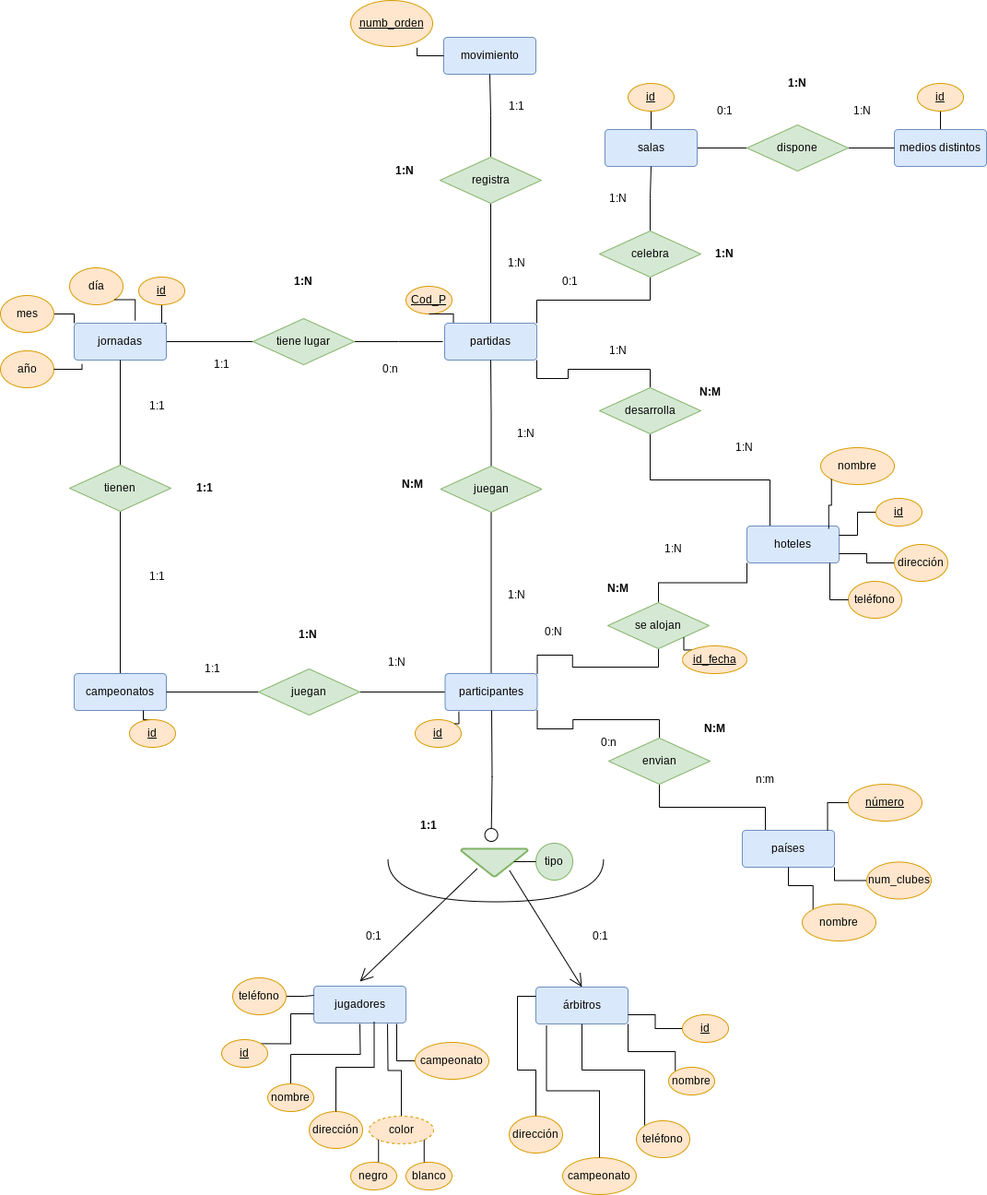
The draw.io diagram Unidad-1/Tareas./Tarea-9 (diagramas)/Club de ajedrez.drawio.png in mdiogc/base-datos, before a commit. Source tidied: cells renumbered, new cells last; positions are measured from the earlier drawing's top-left corner, leaving out a move shared by most shapes.
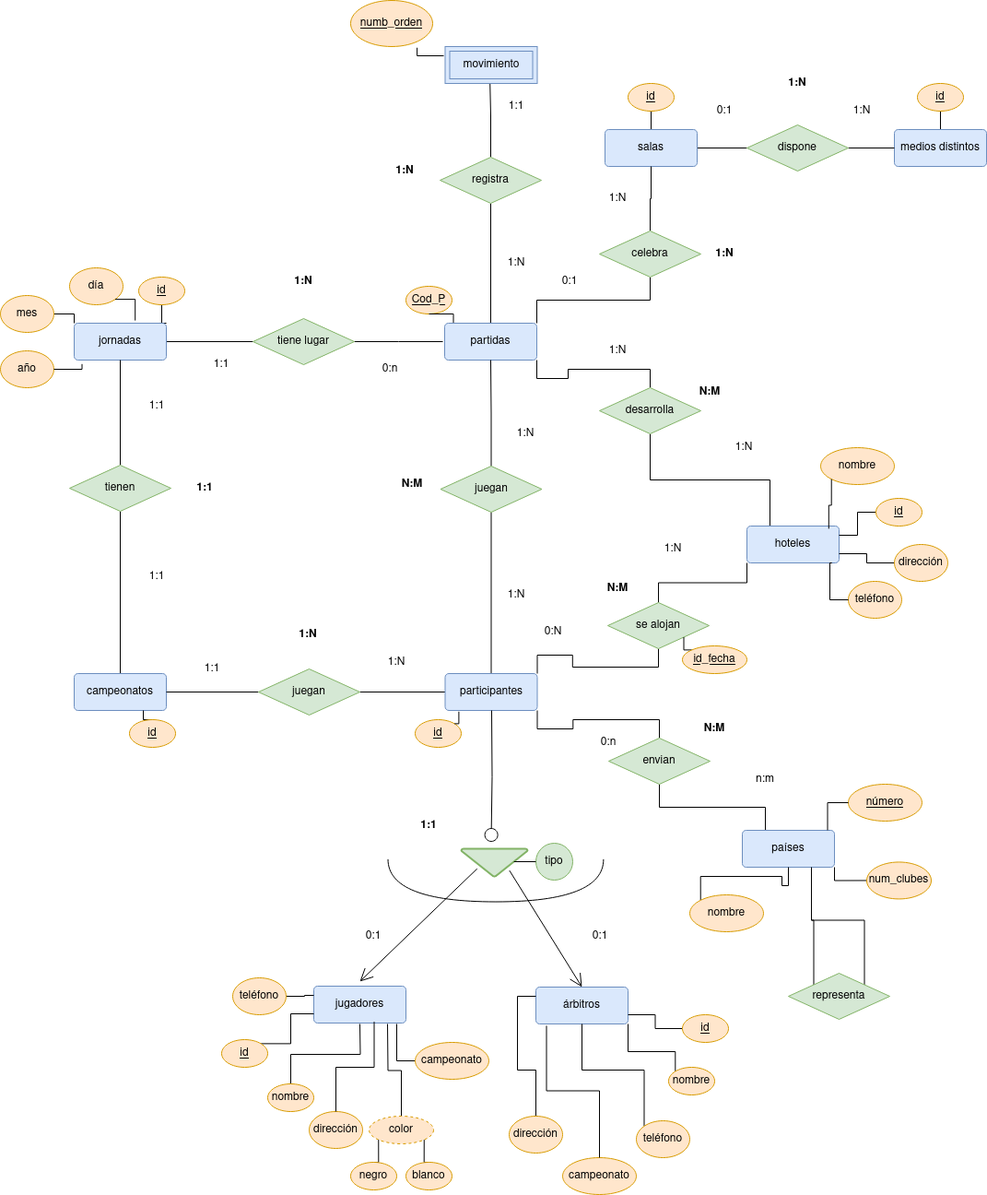
Above is the later version.

What changed in the source:
```diff
@@ -5,6 +5,9 @@
     <mxCell id="2" style="edgeStyle=orthogonalEdgeStyle;rounded=0;jettySize=auto;html=1;exitX=0.25;exitY=0;exitDx=0;exitDy=0;entryX=0.5;entryY=1;entryDx=0;entryDy=0;endArrow=none;endFill=0;" parent="1" edge="1" source="3" target="5">
       <mxGeometry relative="1" as="geometry" />
     </mxCell>
+    <mxCell id="145" style="edgeStyle=orthogonalEdgeStyle;rounded=0;jettySize=auto;html=1;exitX=0.75;exitY=1;exitDx=0;exitDy=0;entryX=1;entryY=0;entryDx=0;entryDy=0;endArrow=none;endFill=0;" parent="1" edge="1" source="3" target="147">
+      <mxGeometry relative="1" as="geometry" />
+    </mxCell>
     <mxCell id="3" value="países" style="rounded=1;arcSize=10;whiteSpace=wrap;html=1;align=center;fillColor=#dae8fc;strokeColor=#6c8ebf;" parent="1" vertex="1">
       <mxGeometry x="805" y="900" width="100" height="40" as="geometry" />
     </mxCell>
@@ -74,9 +77,6 @@
     <mxCell id="25" value="salas" style="rounded=1;arcSize=10;whiteSpace=wrap;html=1;align=center;fillColor=#dae8fc;strokeColor=#6c8ebf;" parent="1" vertex="1">
       <mxGeometry x="656" y="140" width="100" height="40" as="geometry" />
     </mxCell>
-    <mxCell id="26" value="movimiento" style="rounded=1;arcSize=10;whiteSpace=wrap;html=1;align=center;fillColor=#dae8fc;strokeColor=#6c8ebf;" parent="1" vertex="1">
-      <mxGeometry x="481" y="40" width="100" height="40" as="geometry" />
-    </mxCell>
     <mxCell id="27" style="edgeStyle=orthogonalEdgeStyle;rounded=0;jettySize=auto;html=1;exitX=1;exitY=0;exitDx=0;exitDy=0;entryX=0.5;entryY=1;entryDx=0;entryDy=0;endArrow=none;endFill=0;" parent="1" edge="1" source="29" target="90">
       <mxGeometry relative="1" as="geometry" />
     </mxCell>
@@ -121,8 +121,10 @@
     <mxCell id="40" value="celebra" style="shape=rhombus;perimeter=rhombusPerimeter;whiteSpace=wrap;html=1;align=center;fillColor=#d5e8d4;strokeColor=#82b366;" parent="1" vertex="1">
       <mxGeometry x="650" y="250" width="110" height="50" as="geometry" />
     </mxCell>
-    <mxCell id="41" style="edgeStyle=orthogonalEdgeStyle;rounded=0;jettySize=auto;html=1;exitX=0.5;exitY=0;exitDx=0;exitDy=0;entryX=0.5;entryY=1;entryDx=0;entryDy=0;endArrow=none;endFill=0;" parent="1" edge="1" source="42" target="26">
-      <mxGeometry relative="1" as="geometry" />
+    <mxCell id="41" style="edgeStyle=orthogonalEdgeStyle;rounded=0;jettySize=auto;html=1;exitX=0.5;exitY=0;exitDx=0;exitDy=0;entryX=0.5;entryY=1;entryDx=0;entryDy=0;endArrow=none;endFill=0;" parent="1" edge="1" source="42">
+      <mxGeometry relative="1" as="geometry">
+        <mxPoint x="531" y="80" as="targetPoint" />
+      </mxGeometry>
     </mxCell>
     <mxCell id="42" value="registra" style="shape=rhombus;perimeter=rhombusPerimeter;whiteSpace=wrap;html=1;align=center;fillColor=#d5e8d4;strokeColor=#82b366;" parent="1" vertex="1">
       <mxGeometry x="477" y="170" width="110" height="50" as="geometry" />
@@ -222,7 +224,7 @@
       <mxGeometry relative="1" as="geometry" />
     </mxCell>
     <mxCell id="68" value="nombre" style="ellipse;whiteSpace=wrap;html=1;align=center;fillColor=#ffe6cc;strokeColor=#d79b00;" parent="1" vertex="1">
-      <mxGeometry x="870" y="980" width="80" height="40" as="geometry" />
+      <mxGeometry x="748" y="970" width="80" height="40" as="geometry" />
     </mxCell>
     <mxCell id="69" style="edgeStyle=orthogonalEdgeStyle;rounded=0;jettySize=auto;html=1;exitX=0;exitY=0.5;exitDx=0;exitDy=0;entryX=1;entryY=1;entryDx=0;entryDy=0;endArrow=none;endFill=0;" parent="1" edge="1" source="70" target="3">
       <mxGeometry relative="1" as="geometry" />
@@ -340,8 +342,10 @@
     <mxCell id="106" style="edgeStyle=orthogonalEdgeStyle;rounded=0;jettySize=auto;html=1;exitX=1;exitY=0.5;exitDx=0;exitDy=0;entryX=0.085;entryY=1.108;entryDx=0;entryDy=0;entryPerimeter=0;endArrow=none;endFill=0;" parent="1" edge="1" source="91" target="29">
       <mxGeometry relative="1" as="geometry" />
     </mxCell>
-    <mxCell id="107" style="edgeStyle=orthogonalEdgeStyle;rounded=0;jettySize=auto;html=1;exitX=0;exitY=0.5;exitDx=0;exitDy=0;entryX=0.81;entryY=1.025;entryDx=0;entryDy=0;entryPerimeter=0;endArrow=none;endFill=0;" parent="1" edge="1" source="26" target="96">
-      <mxGeometry relative="1" as="geometry" />
+    <mxCell id="107" style="edgeStyle=orthogonalEdgeStyle;rounded=0;jettySize=auto;html=1;exitX=0;exitY=0.5;exitDx=0;exitDy=0;entryX=0.81;entryY=1.025;entryDx=0;entryDy=0;entryPerimeter=0;endArrow=none;endFill=0;" parent="1" edge="1" target="96">
+      <mxGeometry relative="1" as="geometry">
+        <mxPoint x="481" y="60" as="sourcePoint" />
+      </mxGeometry>
     </mxCell>
     <mxCell id="108" style="edgeStyle=orthogonalEdgeStyle;rounded=0;jettySize=auto;html=1;exitX=0.5;exitY=1;exitDx=0;exitDy=0;entryX=0.095;entryY=-0.013;entryDx=0;entryDy=0;entryPerimeter=0;endArrow=none;endFill=0;" parent="1" edge="1" source="71" target="22">
       <mxGeometry relative="1" as="geometry" />
@@ -454,5 +458,14 @@
     <mxCell id="144" value="&lt;b&gt;1:N&lt;/b&gt;" style="text;html=1;strokeColor=none;fillColor=none;align=center;verticalAlign=middle;whiteSpace=wrap;rounded=0;" parent="1" vertex="1">
       <mxGeometry x="409" y="170" width="60" height="30" as="geometry" />
     </mxCell>
+    <mxCell id="146" style="edgeStyle=orthogonalEdgeStyle;rounded=0;jettySize=auto;html=1;exitX=0;exitY=0;exitDx=0;exitDy=0;entryX=0.75;entryY=1;entryDx=0;entryDy=0;endArrow=none;endFill=0;" parent="1" edge="1" source="147" target="3">
+      <mxGeometry relative="1" as="geometry" />
+    </mxCell>
+    <mxCell id="147" value="representa" style="shape=rhombus;perimeter=rhombusPerimeter;whiteSpace=wrap;html=1;align=center;fillColor=#d5e8d4;strokeColor=#82b366;" parent="1" vertex="1">
+      <mxGeometry x="855" y="1055" width="110" height="50" as="geometry" />
+    </mxCell>
+    <mxCell id="26" value="movimiento" style="shape=ext;margin=3;double=1;whiteSpace=wrap;html=1;align=center;fillColor=#dae8fc;strokeColor=#6c8ebf;" parent="1" vertex="1">
+      <mxGeometry x="482.5" y="50" width="100" height="40" as="geometry" />
+    </mxCell>
   </root>
 </mxGraphModel>
```
